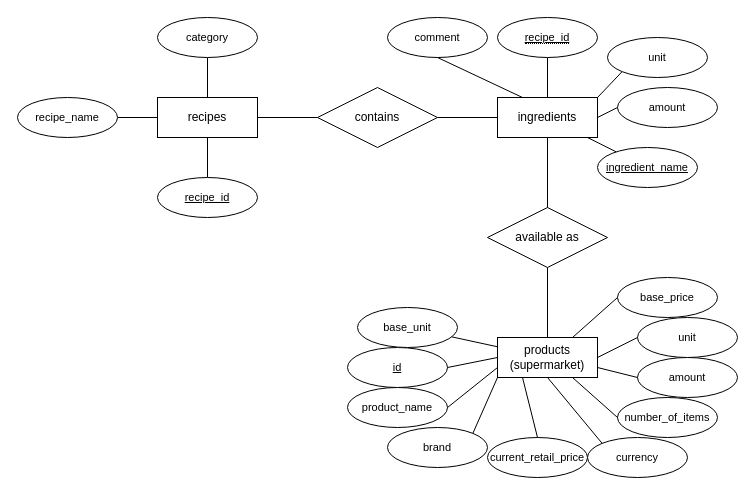
This is 1_preparation/Entity-relationship model/Entity-relationship_model.drawio from Johannes5000/umr-data-integration-project, a draw.io file, before an edit. Source tidied: cells renumbered, new cells numbered last; positions are measured from the earlier drawing's top-left corner, leaving out a move shared by most shapes. Both pictures are drawn from the tidied source at 100%, with x=0, y=0 at pixel (17, 17).
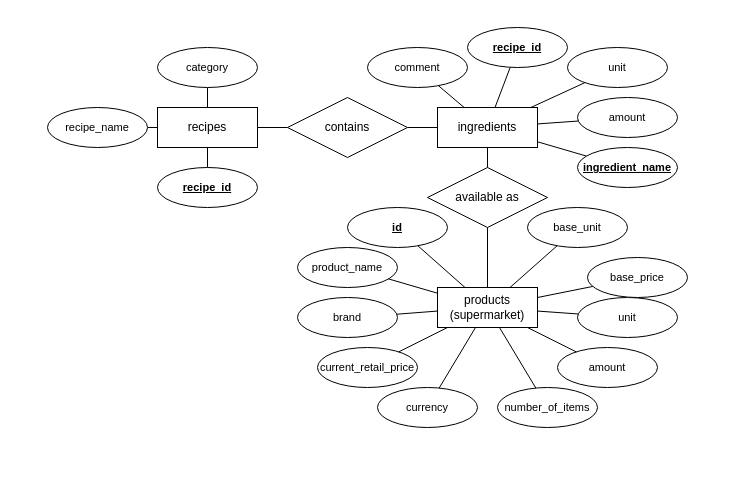
The same diagram, later.

Commit message (it also covers changes not shown here):
updated entitiy relation diagramm

The edit, as a diff of the source:
```diff
@@
     <mxCell id="2" value="products (supermarket)" style="whiteSpace=wrap;html=1;align=center;" parent="1" vertex="1">
-      <mxGeometry x="480" y="320" width="100" height="40" as="geometry" />
+      <mxGeometry x="420" y="270" width="100" height="40" as="geometry" />
     </mxCell>
@@
     <mxCell id="6" value="recipes" style="whiteSpace=wrap;html=1;align=center;" parent="1" vertex="1">
-      <mxGeometry x="140" y="80" width="100" height="40" as="geometry" />
+      <mxGeometry x="140" y="90" width="100" height="40" as="geometry" />
     </mxCell>
     <mxCell id="7" value="ingredients" style="whiteSpace=wrap;html=1;align=center;" parent="1" vertex="1">
-      <mxGeometry x="480" y="80" width="100" height="40" as="geometry" />
+      <mxGeometry x="420" y="90" width="100" height="40" as="geometry" />
     </mxCell>
     <mxCell id="8" value="contains" style="shape=rhombus;perimeter=rhombusPerimeter;whiteSpace=wrap;html=1;align=center;" parent="1" vertex="1">
-      <mxGeometry x="300" y="70" width="120" height="60" as="geometry" />
+      <mxGeometry x="270" y="80" width="120" height="60" as="geometry" />
     </mxCell>
     <mxCell id="9" value="available as" style="shape=rhombus;perimeter=rhombusPerimeter;whiteSpace=wrap;html=1;align=center;" parent="1" vertex="1">
-      <mxGeometry x="470" y="190" width="120" height="60" as="geometry" />
+      <mxGeometry x="410" y="150" width="120" height="60" as="geometry" />
     </mxCell>
@@
-    <mxCell id="11" style="endArrow=none;html=1;rounded=0;exitX=1;exitY=0.5;exitDx=0;exitDy=0;entryX=0;entryY=0.5;entryDx=0;entryDy=0;" parent="1" edge="1" source="8" target="7">
+    <mxCell id="11" style="endArrow=none;html=1;rounded=0;entryX=0;entryY=0.5;entryDx=0;entryDy=0;" parent="1" edge="1" source="8" target="7">
       <mxGeometry relative="1" as="geometry" />
     </mxCell>
-    <mxCell id="12" style="endArrow=none;html=1;rounded=0;entryX=0.5;entryY=0;entryDx=0;entryDy=0;exitX=0.5;exitY=1;exitDx=0;exitDy=0;" parent="1" edge="1" source="7" target="9">
+    <mxCell id="12" style="endArrow=none;html=1;rounded=0;exitX=0.5;exitY=1;exitDx=0;exitDy=0;" parent="1" edge="1" source="7" target="9">
       <mxGeometry relative="1" as="geometry" />
     </mxCell>
-    <mxCell id="13" style="endArrow=none;html=1;rounded=0;exitX=0.5;exitY=0;exitDx=0;exitDy=0;entryX=0.5;entryY=1;entryDx=0;entryDy=0;" parent="1" edge="1" source="2" target="9">
+    <mxCell id="13" style="endArrow=none;html=1;rounded=0;exitX=0.5;exitY=0;exitDx=0;exitDy=0;" parent="1" edge="1" source="2" target="9">
       <mxGeometry relative="1" as="geometry" />
     </mxCell>
-    <mxCell id="14" style="edgeStyle=none;shape=connector;rounded=0;jettySize=auto;html=1;entryX=0.5;entryY=1;entryDx=0;entryDy=0;labelBackgroundColor=default;fontFamily=Helvetica;fontSize=11;fontColor=default;endArrow=none;strokeColor=default;" parent="1" edge="1" target="9">
-      <mxGeometry relative="1" as="geometry">
-        <mxPoint x="530" y="250" as="sourcePoint" />
-      </mxGeometry>
-    </mxCell>
-    <mxCell id="15" style="edgeStyle=none;shape=connector;rounded=0;jettySize=auto;html=1;entryX=0.5;entryY=0;entryDx=0;entryDy=0;labelBackgroundColor=default;fontFamily=Helvetica;fontSize=11;fontColor=default;endArrow=none;strokeColor=default;" parent="1" edge="1" target="2">
-      <mxGeometry relative="1" as="geometry">
-        <mxPoint x="530" y="320" as="sourcePoint" />
-      </mxGeometry>
-    </mxCell>
-    <mxCell id="16" value="recipe_id" style="ellipse;whiteSpace=wrap;html=1;align=center;fontStyle=4;fontFamily=Helvetica;fontSize=11;fontColor=default;" parent="1" vertex="1">
-      <mxGeometry x="140" y="160" width="100" height="40" as="geometry" />
+    <mxCell id="16" value="recipe_id" style="ellipse;whiteSpace=wrap;html=1;align=center;fontStyle=5;fontFamily=Helvetica;fontSize=11;fontColor=default;" parent="1" vertex="1">
+      <mxGeometry x="140" y="150" width="100" height="40" as="geometry" />
     </mxCell>
@@
-    <mxCell id="18" value="&lt;u&gt;&lt;span style=&quot;border-bottom: 1px dotted&quot;&gt;recipe_id&lt;/span&gt;&lt;/u&gt;" style="ellipse;whiteSpace=wrap;html=1;align=center;fontFamily=Helvetica;fontSize=11;fontColor=default;" parent="1" vertex="1">
-      <mxGeometry x="480" width="100" height="40" as="geometry" />
-    </mxCell>
     <mxCell id="19" value="category" style="ellipse;whiteSpace=wrap;html=1;align=center;fontFamily=Helvetica;fontSize=11;fontColor=default;" parent="1" vertex="1">
-      <mxGeometry x="140" width="100" height="40" as="geometry" />
+      <mxGeometry x="140" y="30" width="100" height="40" as="geometry" />
     </mxCell>
-    <mxCell id="20" value="id" style="ellipse;whiteSpace=wrap;html=1;align=center;fontStyle=4;fontFamily=Helvetica;fontSize=11;fontColor=default;" parent="1" vertex="1">
-      <mxGeometry x="330" y="330" width="100" height="40" as="geometry" />
+    <mxCell id="20" value="id" style="ellipse;whiteSpace=wrap;html=1;align=center;fontStyle=5;fontFamily=Helvetica;fontSize=11;fontColor=default;" parent="1" vertex="1">
+      <mxGeometry x="330" y="190" width="100" height="40" as="geometry" />
     </mxCell>
     <mxCell id="21" value="product_name" style="ellipse;whiteSpace=wrap;html=1;align=center;fontFamily=Helvetica;fontSize=11;fontColor=default;" parent="1" vertex="1">
-      <mxGeometry x="330" y="370" width="100" height="40" as="geometry" />
+      <mxGeometry x="280" y="230" width="100" height="40" as="geometry" />
     </mxCell>
     <mxCell id="22" value="brand" style="ellipse;whiteSpace=wrap;html=1;align=center;fontFamily=Helvetica;fontSize=11;fontColor=default;" parent="1" vertex="1">
-      <mxGeometry x="370" y="410" width="100" height="40" as="geometry" />
+      <mxGeometry x="280" y="280" width="100" height="40" as="geometry" />
     </mxCell>
     <mxCell id="23" value="current_retail_price" style="ellipse;whiteSpace=wrap;html=1;align=center;fontFamily=Helvetica;fontSize=11;fontColor=default;" parent="1" vertex="1">
-      <mxGeometry x="470" y="420" width="100" height="40" as="geometry" />
+      <mxGeometry x="300" y="330" width="100" height="40" as="geometry" />
     </mxCell>
     <mxCell id="24" value="currency" style="ellipse;whiteSpace=wrap;html=1;align=center;fontFamily=Helvetica;fontSize=11;fontColor=default;" parent="1" vertex="1">
-      <mxGeometry x="570" y="420" width="100" height="40" as="geometry" />
+      <mxGeometry x="360" y="370" width="100" height="40" as="geometry" />
     </mxCell>
     <mxCell id="25" value="number_of_items" style="ellipse;whiteSpace=wrap;html=1;align=center;fontFamily=Helvetica;fontSize=11;fontColor=default;" parent="1" vertex="1">
-      <mxGeometry x="600" y="380" width="100" height="40" as="geometry" />
+      <mxGeometry x="480" y="370" width="100" height="40" as="geometry" />
     </mxCell>
     <mxCell id="26" value="amount" style="ellipse;whiteSpace=wrap;html=1;align=center;fontFamily=Helvetica;fontSize=11;fontColor=default;" parent="1" vertex="1">
-      <mxGeometry x="620" y="340" width="100" height="40" as="geometry" />
+      <mxGeometry x="540" y="330" width="100" height="40" as="geometry" />
     </mxCell>
     <mxCell id="27" value="unit" style="ellipse;whiteSpace=wrap;html=1;align=center;fontFamily=Helvetica;fontSize=11;fontColor=default;" parent="1" vertex="1">
-      <mxGeometry x="620" y="300" width="100" height="40" as="geometry" />
+      <mxGeometry x="560" y="280" width="100" height="40" as="geometry" />
     </mxCell>
-    <mxCell id="28" style="endArrow=none;html=1;rounded=0;labelBackgroundColor=default;fontFamily=Helvetica;fontSize=11;fontColor=default;strokeColor=default;shape=connector;exitX=1;exitY=0.5;exitDx=0;exitDy=0;entryX=0;entryY=0.5;entryDx=0;entryDy=0;" parent="1" edge="1" source="20" target="2">
+    <mxCell id="28" style="endArrow=none;html=1;rounded=0;labelBackgroundColor=default;fontFamily=Helvetica;fontSize=11;fontColor=default;strokeColor=default;shape=connector;" parent="1" edge="1" source="20" target="2">
       <mxGeometry relative="1" as="geometry" />
     </mxCell>
-    <mxCell id="29" style="endArrow=none;html=1;rounded=0;labelBackgroundColor=default;fontFamily=Helvetica;fontSize=11;fontColor=default;strokeColor=default;shape=connector;exitX=1;exitY=0.5;exitDx=0;exitDy=0;entryX=0;entryY=0.75;entryDx=0;entryDy=0;" parent="1" edge="1" source="21" target="2">
+    <mxCell id="29" style="endArrow=none;html=1;rounded=0;labelBackgroundColor=default;fontFamily=Helvetica;fontSize=11;fontColor=default;strokeColor=default;shape=connector;" parent="1" edge="1" source="21" target="2">
       <mxGeometry relative="1" as="geometry" />
     </mxCell>
-    <mxCell id="30" style="endArrow=none;html=1;rounded=0;labelBackgroundColor=default;fontFamily=Helvetica;fontSize=11;fontColor=default;strokeColor=default;shape=connector;exitX=1;exitY=0;exitDx=0;exitDy=0;entryX=0;entryY=1;entryDx=0;entryDy=0;" parent="1" edge="1" source="22" target="2">
+    <mxCell id="30" style="endArrow=none;html=1;rounded=0;labelBackgroundColor=default;fontFamily=Helvetica;fontSize=11;fontColor=default;strokeColor=default;shape=connector;" parent="1" edge="1" source="22" target="2">
       <mxGeometry relative="1" as="geometry" />
     </mxCell>
-    <mxCell id="31" style="endArrow=none;html=1;rounded=0;labelBackgroundColor=default;fontFamily=Helvetica;fontSize=11;fontColor=default;strokeColor=default;shape=connector;exitX=0.5;exitY=0;exitDx=0;exitDy=0;entryX=0.25;entryY=1;entryDx=0;entryDy=0;" parent="1" edge="1" source="23" target="2">
+    <mxCell id="31" style="endArrow=none;html=1;rounded=0;labelBackgroundColor=default;fontFamily=Helvetica;fontSize=11;fontColor=default;strokeColor=default;shape=connector;" parent="1" edge="1" source="23" target="2">
       <mxGeometry relative="1" as="geometry" />
     </mxCell>
-    <mxCell id="32" style="endArrow=none;html=1;rounded=0;labelBackgroundColor=default;fontFamily=Helvetica;fontSize=11;fontColor=default;strokeColor=default;shape=connector;exitX=0;exitY=0;exitDx=0;exitDy=0;entryX=0.5;entryY=1;entryDx=0;entryDy=0;" parent="1" edge="1" source="24" target="2">
+    <mxCell id="32" style="endArrow=none;html=1;rounded=0;labelBackgroundColor=default;fontFamily=Helvetica;fontSize=11;fontColor=default;strokeColor=default;shape=connector;" parent="1" edge="1" source="24" target="2">
       <mxGeometry relative="1" as="geometry" />
     </mxCell>
-    <mxCell id="33" style="endArrow=none;html=1;rounded=0;labelBackgroundColor=default;fontFamily=Helvetica;fontSize=11;fontColor=default;strokeColor=default;shape=connector;entryX=0.75;entryY=1;entryDx=0;entryDy=0;exitX=0;exitY=0.5;exitDx=0;exitDy=0;" parent="1" edge="1" source="25" target="2">
+    <mxCell id="33" style="endArrow=none;html=1;rounded=0;labelBackgroundColor=default;fontFamily=Helvetica;fontSize=11;fontColor=default;strokeColor=default;shape=connector;" parent="1" edge="1" source="25" target="2">
       <mxGeometry relative="1" as="geometry" />
     </mxCell>
-    <mxCell id="34" style="endArrow=none;html=1;rounded=0;labelBackgroundColor=default;fontFamily=Helvetica;fontSize=11;fontColor=default;strokeColor=default;shape=connector;entryX=0;entryY=0.5;entryDx=0;entryDy=0;exitX=1;exitY=0.75;exitDx=0;exitDy=0;" parent="1" edge="1" source="2" target="26">
+    <mxCell id="34" style="endArrow=none;html=1;rounded=0;labelBackgroundColor=default;fontFamily=Helvetica;fontSize=11;fontColor=default;strokeColor=default;shape=connector;" parent="1" edge="1" source="2" target="26">
       <mxGeometry relative="1" as="geometry" />
     </mxCell>
-    <mxCell id="35" style="endArrow=none;html=1;rounded=0;labelBackgroundColor=default;fontFamily=Helvetica;fontSize=11;fontColor=default;strokeColor=default;shape=connector;entryX=0;entryY=0.5;entryDx=0;entryDy=0;exitX=1;exitY=0.5;exitDx=0;exitDy=0;" parent="1" edge="1" source="2" target="27">
+    <mxCell id="35" style="endArrow=none;html=1;rounded=0;labelBackgroundColor=default;fontFamily=Helvetica;fontSize=11;fontColor=default;strokeColor=default;shape=connector;" parent="1" edge="1" source="2" target="27">
       <mxGeometry relative="1" as="geometry" />
     </mxCell>
@@
     <mxCell id="37" value="base_unit" style="ellipse;whiteSpace=wrap;html=1;align=center;fontFamily=Helvetica;fontSize=11;fontColor=default;" parent="1" vertex="1">
-      <mxGeometry x="340" y="290" width="100" height="40" as="geometry" />
+      <mxGeometry x="510" y="190" width="100" height="40" as="geometry" />
     </mxCell>
     <mxCell id="38" value="base_price" style="ellipse;whiteSpace=wrap;html=1;align=center;fontFamily=Helvetica;fontSize=11;fontColor=default;" parent="1" vertex="1">
-      <mxGeometry x="600" y="260" width="100" height="40" as="geometry" />
+      <mxGeometry x="570" y="240" width="100" height="40" as="geometry" />
     </mxCell>
-    <mxCell id="39" style="endArrow=none;html=1;rounded=0;labelBackgroundColor=default;fontFamily=Helvetica;fontSize=11;fontColor=default;strokeColor=default;shape=connector;entryX=0;entryY=0.5;entryDx=0;entryDy=0;exitX=0.75;exitY=0;exitDx=0;exitDy=0;" parent="1" edge="1" source="2" target="38">
+    <mxCell id="39" style="endArrow=none;html=1;rounded=0;labelBackgroundColor=default;fontFamily=Helvetica;fontSize=11;fontColor=default;strokeColor=default;shape=connector;" parent="1" edge="1" source="2" target="38">
       <mxGeometry relative="1" as="geometry" />
     </mxCell>
     <mxCell id="40" value="recipe_name" style="ellipse;whiteSpace=wrap;html=1;align=center;fontFamily=Helvetica;fontSize=11;fontColor=default;" parent="1" vertex="1">
-      <mxGeometry y="80" width="100" height="40" as="geometry" />
+      <mxGeometry x="30" y="90" width="100" height="40" as="geometry" />
     </mxCell>
-    <mxCell id="41" style="edgeStyle=none;shape=connector;rounded=0;jettySize=auto;html=1;exitX=0;exitY=1;exitDx=0;exitDy=0;entryX=1;entryY=0;entryDx=0;entryDy=0;labelBackgroundColor=default;fontFamily=Helvetica;fontSize=11;fontColor=default;endArrow=none;strokeColor=default;" parent="1" edge="1" source="42" target="7">
+    <mxCell id="41" style="edgeStyle=none;shape=connector;rounded=0;jettySize=auto;html=1;labelBackgroundColor=default;fontFamily=Helvetica;fontSize=11;fontColor=default;endArrow=none;strokeColor=default;" parent="1" edge="1" source="42" target="7">
       <mxGeometry relative="1" as="geometry" />
     </mxCell>
     <mxCell id="42" value="unit" style="ellipse;whiteSpace=wrap;html=1;align=center;fontFamily=Helvetica;fontSize=11;fontColor=default;" parent="1" vertex="1">
-      <mxGeometry x="590" y="20" width="100" height="40" as="geometry" />
+      <mxGeometry x="550" y="30" width="100" height="40" as="geometry" />
     </mxCell>
     <mxCell id="43" value="amount" style="ellipse;whiteSpace=wrap;html=1;align=center;fontFamily=Helvetica;fontSize=11;fontColor=default;" parent="1" vertex="1">
-      <mxGeometry x="600" y="70" width="100" height="40" as="geometry" />
+      <mxGeometry x="560" y="80" width="100" height="40" as="geometry" />
     </mxCell>
@@
-    <mxCell id="45" value="&lt;u&gt;ingredient_name&lt;/u&gt;" style="ellipse;whiteSpace=wrap;html=1;align=center;fontFamily=Helvetica;fontSize=11;fontColor=default;" parent="1" vertex="1">
-      <mxGeometry x="580" y="130" width="100" height="40" as="geometry" />
+    <mxCell id="45" value="&lt;u&gt;ingredient_name&lt;/u&gt;" style="ellipse;whiteSpace=wrap;html=1;align=center;fontFamily=Helvetica;fontSize=11;fontColor=default;fontStyle=1;" parent="1" vertex="1">
+      <mxGeometry x="560" y="130" width="100" height="40" as="geometry" />
     </mxCell>
-    <mxCell id="46" style="endArrow=none;html=1;rounded=0;labelBackgroundColor=default;fontFamily=Helvetica;fontSize=11;fontColor=default;strokeColor=default;shape=connector;entryX=0;entryY=0.5;entryDx=0;entryDy=0;exitX=1;exitY=0.5;exitDx=0;exitDy=0;" parent="1" edge="1" source="7" target="43">
+    <mxCell id="46" style="endArrow=none;html=1;rounded=0;labelBackgroundColor=default;fontFamily=Helvetica;fontSize=11;fontColor=default;strokeColor=default;shape=connector;" parent="1" edge="1" source="7" target="43">
       <mxGeometry relative="1" as="geometry" />
     </mxCell>
     <mxCell id="47" value="comment" style="ellipse;whiteSpace=wrap;html=1;align=center;fontFamily=Helvetica;fontSize=11;fontColor=default;" parent="1" vertex="1">
-      <mxGeometry x="370" width="100" height="40" as="geometry" />
+      <mxGeometry x="350" y="30" width="100" height="40" as="geometry" />
     </mxCell>
-    <mxCell id="48" style="endArrow=none;html=1;rounded=0;exitX=0.5;exitY=1;exitDx=0;exitDy=0;entryX=0.25;entryY=0;entryDx=0;entryDy=0;" parent="1" edge="1" source="47" target="7">
+    <mxCell id="48" style="endArrow=none;html=1;rounded=0;" parent="1" edge="1" source="47" target="7">
       <mxGeometry relative="1" as="geometry" />
     </mxCell>
+    <mxCell id="18" value="recipe_id" style="ellipse;whiteSpace=wrap;html=1;align=center;fontFamily=Helvetica;fontSize=11;fontColor=default;fontStyle=5;" parent="1" vertex="1">
+      <mxGeometry x="450" y="10" width="100" height="40" as="geometry" />
+    </mxCell>
```
